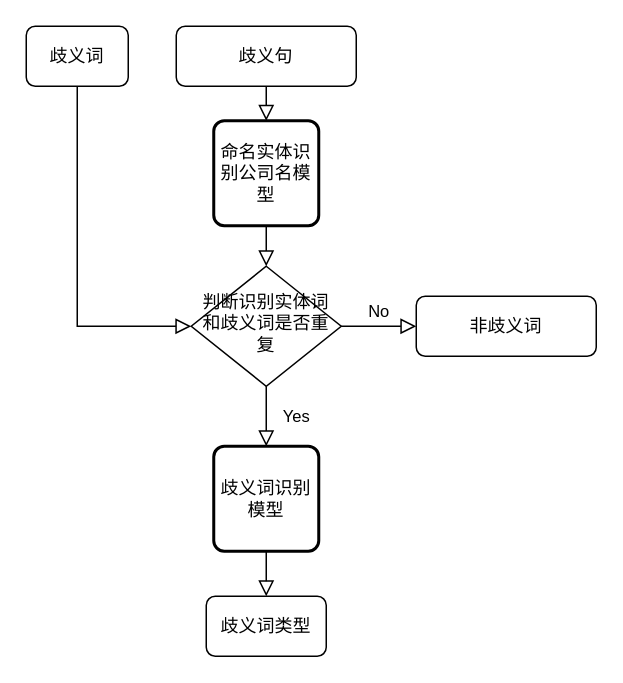
Above: other/Untitled Diagram.drawio in MMMLMF/notes (draw.io), before the change. Source tidied: cells renumbered, new cells numbered last; positions are measured from the earlier drawing's top-left corner, leaving out a move shared by most shapes. Both pictures are drawn from the tidied source at 150%, with x=0, y=0 at pixel (26, 26).
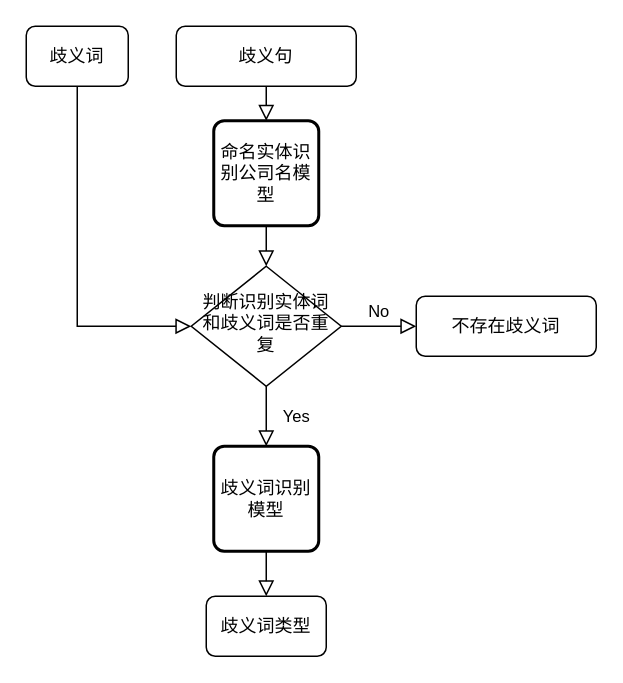
The same page after the edit.

What changed in the source:
```diff
@@
 <mxGraphModel>
   <root>
     <mxCell id="0" />
     <mxCell id="1" parent="0" />
     <mxCell id="2" value="歧义句" style="rounded=1;whiteSpace=wrap;html=1;fontSize=12;glass=0;strokeWidth=1;shadow=0;" parent="1" vertex="1">
       <mxGeometry x="100" width="120" height="40" as="geometry" />
     </mxCell>
     <mxCell id="3" value="Yes" style="rounded=0;html=1;jettySize=auto;fontSize=11;endArrow=block;endFill=0;endSize=8;strokeWidth=1;shadow=0;labelBackgroundColor=none;edgeStyle=orthogonalEdgeStyle;entryX=0.5;entryY=0;entryDx=0;entryDy=0;" parent="1" edge="1" source="5" target="13">
       <mxGeometry y="20" relative="1" as="geometry" />
     </mxCell>
     <mxCell id="4" value="No" style="edgeStyle=orthogonalEdgeStyle;rounded=0;html=1;jettySize=auto;fontSize=11;endArrow=block;endFill=0;endSize=8;strokeWidth=1;shadow=0;labelBackgroundColor=none;" parent="1" edge="1" source="5" target="6">
       <mxGeometry y="10" relative="1" as="geometry" />
     </mxCell>
     <mxCell id="5" value="判断识别实体词和歧义词是否重复" style="rhombus;whiteSpace=wrap;html=1;shadow=0;fontFamily=Helvetica;fontSize=12;align=center;strokeWidth=1;spacing=6;spacingTop=-4;" parent="1" vertex="1">
       <mxGeometry x="110" y="160" width="100" height="80" as="geometry" />
     </mxCell>
-    <mxCell id="6" value="非歧义词" style="rounded=1;whiteSpace=wrap;html=1;fontSize=12;glass=0;strokeWidth=1;shadow=0;" parent="1" vertex="1">
+    <mxCell id="6" value="不存在歧义词" style="rounded=1;whiteSpace=wrap;html=1;fontSize=12;glass=0;strokeWidth=1;shadow=0;" parent="1" vertex="1">
       <mxGeometry x="260" y="180" width="120" height="40" as="geometry" />
     </mxCell>
     <mxCell id="7" style="rounded=0;html=1;jettySize=auto;fontSize=11;endArrow=block;endFill=0;endSize=8;strokeWidth=1;shadow=0;labelBackgroundColor=none;edgeStyle=orthogonalEdgeStyle;exitX=0.5;exitY=1;exitDx=0;exitDy=0;" parent="1" edge="1" source="13" target="8">
       <mxGeometry x="0.33" y="20" relative="1" as="geometry" />
     </mxCell>
     <mxCell id="8" value="歧义词类型" style="rounded=1;whiteSpace=wrap;html=1;fontSize=12;glass=0;strokeWidth=1;shadow=0;" parent="1" vertex="1">
       <mxGeometry x="120" y="380" width="80" height="40" as="geometry" />
     </mxCell>
     <mxCell id="9" value="歧义词" style="rounded=1;whiteSpace=wrap;html=1;fontSize=12;glass=0;strokeWidth=1;shadow=0;" parent="1" vertex="1">
       <mxGeometry width="68" height="40" as="geometry" />
     </mxCell>
     <mxCell id="10" style="rounded=0;html=1;jettySize=auto;fontSize=11;endArrow=block;endFill=0;endSize=8;strokeWidth=1;shadow=0;labelBackgroundColor=none;edgeStyle=orthogonalEdgeStyle;exitX=0.5;exitY=1;exitDx=0;exitDy=0;entryX=0;entryY=0.5;entryDx=0;entryDy=0;" parent="1" edge="1" source="9" target="5">
       <mxGeometry relative="1" as="geometry" />
     </mxCell>
     <mxCell id="11" style="rounded=0;html=1;jettySize=auto;fontSize=11;endArrow=block;endFill=0;endSize=8;strokeWidth=1;shadow=0;labelBackgroundColor=none;edgeStyle=orthogonalEdgeStyle;entryX=0.5;entryY=0;entryDx=0;entryDy=0;exitX=0.5;exitY=1;exitDx=0;exitDy=0;" parent="1" edge="1" source="12" target="5">
       <mxGeometry relative="1" as="geometry" />
     </mxCell>
     <mxCell id="12" value="&lt;span&gt;命名实体识别公司名模型&lt;/span&gt;" style="rounded=1;whiteSpace=wrap;html=1;absoluteArcSize=1;arcSize=14;strokeWidth=2;" parent="1" vertex="1">
       <mxGeometry x="125" y="63" width="70" height="70" as="geometry" />
     </mxCell>
     <mxCell id="13" value="&lt;span&gt;歧义词识别模型&lt;/span&gt;" style="rounded=1;whiteSpace=wrap;html=1;absoluteArcSize=1;arcSize=14;strokeWidth=2;" parent="1" vertex="1">
       <mxGeometry x="125" y="280" width="70" height="70" as="geometry" />
     </mxCell>
     <mxCell id="14" style="rounded=0;html=1;jettySize=auto;fontSize=11;endArrow=block;endFill=0;endSize=8;strokeWidth=1;shadow=0;labelBackgroundColor=none;edgeStyle=orthogonalEdgeStyle;entryX=0.5;entryY=0;entryDx=0;entryDy=0;exitX=0.5;exitY=1;exitDx=0;exitDy=0;" parent="1" edge="1" source="2" target="12">
       <mxGeometry relative="1" as="geometry" />
     </mxCell>
   </root>
 </mxGraphModel>
```
